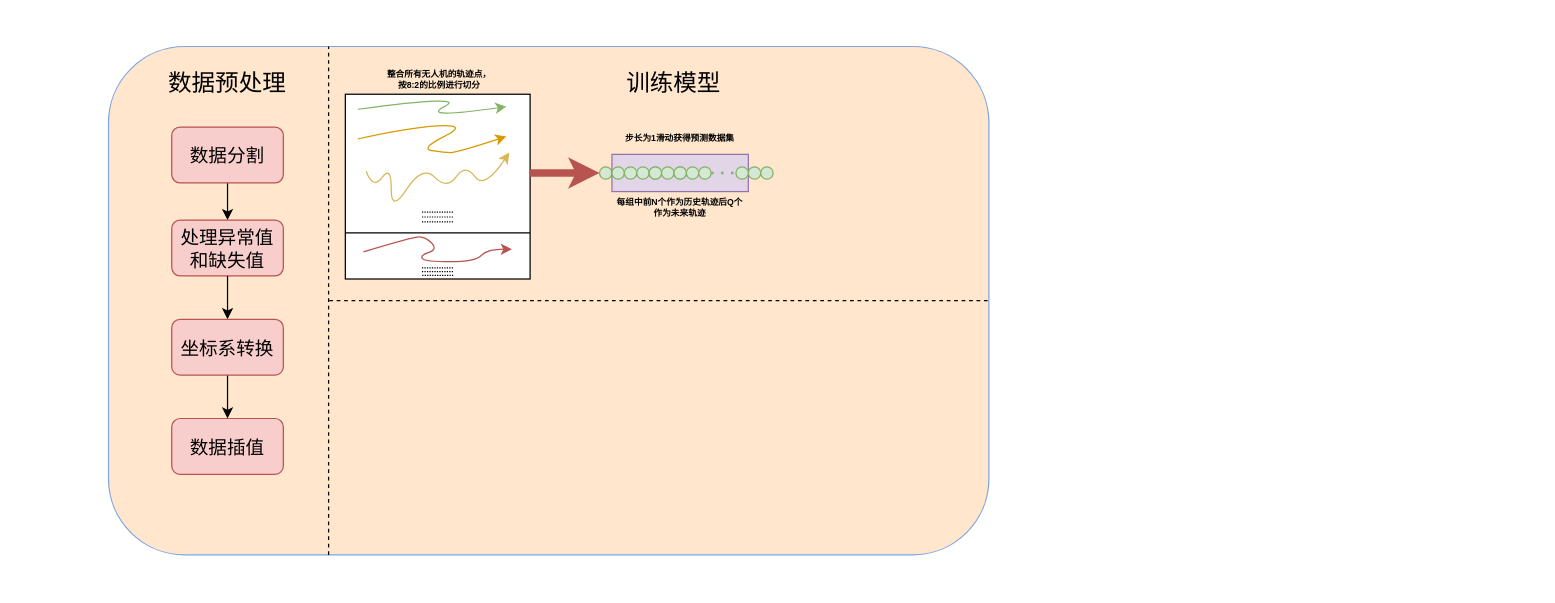
This is page "第 1 页" (1 of 2) of 无人机轨迹预测流程图.drawio from night-god-7158/diagram-, a draw.io file, before an edit. Source tidied: cells renumbered, new cells numbered last; positions are measured from the earlier drawing's top-left corner, leaving out a move shared by most shapes. Both pictures are drawn from the tidied source at 124%, with x=0, y=0 at pixel (108, 46).
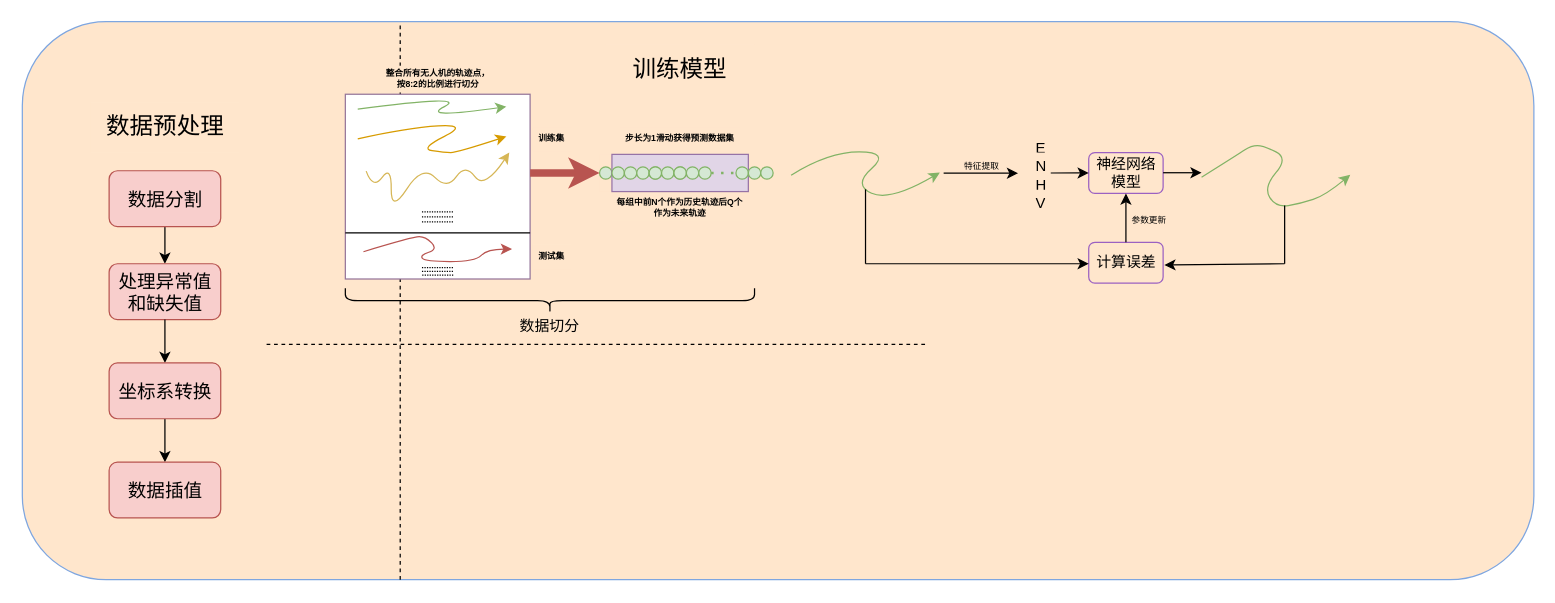
Above is the later version.

Commit message (it also covers changes not shown here):
更新无人机轨迹预测流程图.drawio

Unchanged cells that the change refers to:
```xml
<mxCell id="15" style="ellipse;whiteSpace=wrap;html=1;fillColor=#d5e8d4;strokeColor=#82b366;" parent="1" vertex="1">
  <mxGeometry x="396" y="97" width="10" height="10" as="geometry" />
</mxCell>
```

The edit, as a diff of the source:
```diff
@@
     <mxCell id="2" style="rounded=1;whiteSpace=wrap;html=1;fillColor=#ffe6cc;strokeColor=#7EA6E0;" parent="1" vertex="1">
-      <mxGeometry width="710" height="410" as="geometry" />
+      <mxGeometry x="-69.5" y="-20" width="1219" height="450" as="geometry" />
     </mxCell>
     <mxCell id="3" value="数据预处理" style="rounded=0;whiteSpace=wrap;html=1;strokeColor=none;fillColor=#ffe6cc;fontSize=19;" parent="1" vertex="1">
-      <mxGeometry x="36" y="10" width="120" height="40" as="geometry" />
+      <mxGeometry x="-14.5" y="45.2" width="120" height="40" as="geometry" />
     </mxCell>
@@
     <mxCell id="5" value="数据分割" style="rounded=1;whiteSpace=wrap;html=1;fillColor=#f8cecc;strokeColor=#b85450;fontSize=15;" parent="1" vertex="1">
-      <mxGeometry x="51" y="65" width="90" height="45" as="geometry" />
+      <mxGeometry x="0.5" y="100.2" width="90" height="45" as="geometry" />
     </mxCell>
@@
     <mxCell id="8" value="处理异常值和缺失值" style="rounded=1;whiteSpace=wrap;html=1;fillColor=#f8cecc;strokeColor=#b85450;fontSize=15;" parent="1" vertex="1">
-      <mxGeometry x="51" y="140" width="90" height="45" as="geometry" />
+      <mxGeometry x="0.5" y="175.2" width="90" height="45" as="geometry" />
     </mxCell>
     <mxCell id="9" value="数据插值" style="rounded=1;whiteSpace=wrap;html=1;fillColor=#f8cecc;strokeColor=#b85450;fontSize=15;" parent="1" vertex="1">
-      <mxGeometry x="51" y="300" width="90" height="45" as="geometry" />
+      <mxGeometry x="0.5" y="335.2" width="90" height="45" as="geometry" />
     </mxCell>
@@
     <mxCell id="11" value="坐标系转换" style="rounded=1;whiteSpace=wrap;html=1;fillColor=#f8cecc;strokeColor=#b85450;fontSize=15;" parent="1" vertex="1">
-      <mxGeometry x="51" y="220" width="90" height="45" as="geometry" />
+      <mxGeometry x="0.5" y="255.2" width="90" height="45" as="geometry" />
     </mxCell>
     <mxCell id="12" style="endArrow=none;dashed=1;html=1;rounded=0;" parent="1" edge="1">
       <mxGeometry relative="1" as="geometry">
-        <mxPoint x="178" y="205" as="sourcePoint" />
-        <mxPoint x="711" y="205" as="targetPoint" />
+        <mxPoint x="127.5" y="240.2" as="sourcePoint" />
+        <mxPoint x="660.5" y="240.2" as="targetPoint" />
       </mxGeometry>
     </mxCell>
     <mxCell id="13" value="训练模型" style="rounded=0;whiteSpace=wrap;html=1;strokeColor=none;fillColor=#ffe6cc;fontSize=19;" parent="1" vertex="1">
-      <mxGeometry x="396" y="10" width="120" height="40" as="geometry" />
+      <mxGeometry x="401" y="-1.5" width="120" height="40" as="geometry" />
     </mxCell>
@@
-    <mxCell id="33" style="whiteSpace=wrap;html=1;" parent="1" vertex="1">
+    <mxCell id="33" style="whiteSpace=wrap;html=1;strokeColor=light-dark(#957599, #EDEDED);" parent="1" vertex="1">
       <mxGeometry x="191" y="38.5" width="149" height="149" as="geometry" />
     </mxCell>
     <mxCell id="34" value="整合所有无人机的轨迹点，按8:2的比例进行切分" style="rounded=0;whiteSpace=wrap;html=1;fontSize=7;fillColor=#ffe6cc;strokeColor=none;fontStyle=1;" parent="1" vertex="1">
-      <mxGeometry x="223" y="16.5" width="88" height="20" as="geometry" />
+      <mxGeometry x="221.5" y="15.5" width="88" height="20" as="geometry" />
     </mxCell>
     <mxCell id="35" style="curved=1;endArrow=classic;html=1;rounded=0;exitX=0.001;exitY=0.148;exitDx=0;exitDy=0;exitPerimeter=0;fillColor=#d5e8d4;strokeColor=#82b366;" parent="1" edge="1">
       <mxGeometry relative="1" as="geometry">
-        <mxPoint x="201" y="50.6" as="sourcePoint" />
+        <mxPoint x="201" y="50.5" as="sourcePoint" />
         <mxPoint x="320.9" y="48.5" as="targetPoint" />
         <Array as="points">
           <mxPoint x="290.9" y="38.5" />
           <mxPoint x="250.9" y="58.5" />
         </Array>
       </mxGeometry>
     </mxCell>
     <mxCell id="36" style="curved=1;endArrow=classic;html=1;rounded=0;exitX=0.001;exitY=0.148;exitDx=0;exitDy=0;exitPerimeter=0;fillColor=#ffe6cc;strokeColor=#d79b00;" parent="1" edge="1">
       <mxGeometry relative="1" as="geometry">
-        <mxPoint x="201" y="74.6" as="sourcePoint" />
+        <mxPoint x="201" y="74.5" as="sourcePoint" />
         <mxPoint x="320.9" y="72.5" as="targetPoint" />
         <Array as="points">
           <mxPoint x="241" y="65.5" />
           <mxPoint x="290.9" y="62.5" />
           <mxPoint x="250.9" y="82.5" />
           <mxPoint x="271" y="85.5" />
           <mxPoint x="281" y="85.5" />
         </Array>
       </mxGeometry>
     </mxCell>
     <mxCell id="37" style="curved=1;endArrow=classic;html=1;rounded=0;exitX=0.001;exitY=0.148;exitDx=0;exitDy=0;exitPerimeter=0;fillColor=#fff2cc;strokeColor=#d6b656;" parent="1" edge="1">
       <mxGeometry relative="1" as="geometry">
-        <mxPoint x="207.8" y="100.6" as="sourcePoint" />
+        <mxPoint x="207.8" y="100.5" as="sourcePoint" />
         <mxPoint x="323.2" y="85.5" as="targetPoint" />
         <Array as="points">
           <mxPoint x="213.2" y="115.5" />
           <mxPoint x="228.2" y="95.5" />
-          <mxPoint x="227.8" y="134.5" />
+          <mxPoint x="227.8" y="134.4" />
           <mxPoint x="253.2" y="95.5" />
           <mxPoint x="273.2" y="115.5" />
           <mxPoint x="287.8" y="94.5" />
           <mxPoint x="303.2" y="115.5" />
           <mxPoint x="323.2" y="85.5" />
         </Array>
       </mxGeometry>
     </mxCell>
@@
     <mxCell id="39" style="endArrow=none;dashed=1;html=1;rounded=0;dashPattern=1 1;" parent="1" edge="1">
       <mxGeometry relative="1" as="geometry">
-        <mxPoint x="252.8" y="133.5" as="sourcePoint" />
-        <mxPoint x="278.2" y="133.5" as="targetPoint" />
+        <mxPoint x="252.8" y="133.4" as="sourcePoint" />
+        <mxPoint x="278.2" y="133.4" as="targetPoint" />
       </mxGeometry>
     </mxCell>
     <mxCell id="40" style="endArrow=none;dashed=1;html=1;rounded=0;dashPattern=1 1;" parent="1" edge="1">
       <mxGeometry relative="1" as="geometry">
-        <mxPoint x="252.8" y="141.5" as="sourcePoint" />
-        <mxPoint x="278.2" y="141.5" as="targetPoint" />
+        <mxPoint x="252.8" y="141.4" as="sourcePoint" />
+        <mxPoint x="278.2" y="141.4" as="targetPoint" />
       </mxGeometry>
     </mxCell>
     <mxCell id="41" style="endArrow=none;dashed=1;html=1;rounded=0;dashPattern=1 1;" parent="1" edge="1">
       <mxGeometry relative="1" as="geometry">
-        <mxPoint x="252.8" y="137.5" as="sourcePoint" />
-        <mxPoint x="278.2" y="137.5" as="targetPoint" />
+        <mxPoint x="252.8" y="137.4" as="sourcePoint" />
+        <mxPoint x="278.2" y="137.4" as="targetPoint" />
       </mxGeometry>
     </mxCell>
     <mxCell id="42" style="curved=1;endArrow=classic;html=1;rounded=0;exitX=0.001;exitY=0.148;exitDx=0;exitDy=0;exitPerimeter=0;fillColor=#f8cecc;strokeColor=#b85450;" parent="1" edge="1">
       <mxGeometry relative="1" as="geometry">
-        <mxPoint x="205.6" y="165.6" as="sourcePoint" />
-        <mxPoint x="325.4" y="163.5" as="targetPoint" />
+        <mxPoint x="205.6" y="165.5" as="sourcePoint" />
+        <mxPoint x="325.4" y="163.4" as="targetPoint" />
         <Array as="points">
-          <mxPoint x="245.6" y="153.5" />
-          <mxPoint x="255.6" y="153.5" />
-          <mxPoint x="265.6" y="163.5" />
-          <mxPoint x="251" y="168.5" />
-          <mxPoint x="255.4" y="173.5" />
-          <mxPoint x="295.6" y="173.5" />
-          <mxPoint x="305.6" y="163.5" />
+          <mxPoint x="245.6" y="153.4" />
+          <mxPoint x="255.6" y="153.4" />
+          <mxPoint x="265.6" y="163.4" />
+          <mxPoint x="251" y="168.4" />
+          <mxPoint x="255.4" y="173.4" />
+          <mxPoint x="295.6" y="173.4" />
+          <mxPoint x="305.6" y="163.4" />
         </Array>
       </mxGeometry>
     </mxCell>
     <mxCell id="43" style="endArrow=none;dashed=1;html=1;rounded=0;dashPattern=1 1;" parent="1" edge="1">
       <mxGeometry relative="1" as="geometry">
-        <mxPoint x="252.8" y="178.5" as="sourcePoint" />
-        <mxPoint x="278.2" y="178.5" as="targetPoint" />
+        <mxPoint x="252.8" y="178.4" as="sourcePoint" />
+        <mxPoint x="278.2" y="178.4" as="targetPoint" />
       </mxGeometry>
     </mxCell>
     <mxCell id="44" style="endArrow=none;dashed=1;html=1;rounded=0;dashPattern=1 1;" parent="1" edge="1">
       <mxGeometry relative="1" as="geometry">
-        <mxPoint x="252.8" y="181.5" as="sourcePoint" />
-        <mxPoint x="278.2" y="181.5" as="targetPoint" />
+        <mxPoint x="252.8" y="181.4" as="sourcePoint" />
+        <mxPoint x="278.2" y="181.4" as="targetPoint" />
       </mxGeometry>
     </mxCell>
     <mxCell id="45" style="endArrow=none;dashed=1;html=1;rounded=0;dashPattern=1 1;" parent="1" edge="1">
       <mxGeometry relative="1" as="geometry">
-        <mxPoint x="253" y="184.5" as="sourcePoint" />
-        <mxPoint x="278.5" y="184.5" as="targetPoint" />
+        <mxPoint x="253" y="184.4" as="sourcePoint" />
+        <mxPoint x="278.5" y="184.4" as="targetPoint" />
       </mxGeometry>
     </mxCell>
-    <mxCell id="46" style="endArrow=classic;html=1;rounded=0;strokeWidth=6;entryX=0;entryY=0.5;entryDx=0;entryDy=0;curved=0;fillColor=#f8cecc;strokeColor=#b85450;" parent="1" edge="1" target="15">
+    <mxCell id="46" style="endArrow=classic;html=1;rounded=0;strokeWidth=6;entryX=0;entryY=0.5;entryDx=0;entryDy=0;curved=0;fillColor=#f8cecc;strokeColor=#b85450;" parent="1" edge="1">
       <mxGeometry relative="1" as="geometry">
         <mxPoint x="340" y="102" as="sourcePoint" />
+        <mxPoint x="396" y="102" as="targetPoint" />
       </mxGeometry>
     </mxCell>
+    <mxCell id="47" value="训练集" style="rounded=0;whiteSpace=wrap;html=1;fontSize=7;fillColor=#ffe6cc;strokeColor=none;fontStyle=1;" parent="1" vertex="1">
+      <mxGeometry x="342" y="65" width="31" height="20" as="geometry" />
+    </mxCell>
+    <mxCell id="48" value="测试集" style="rounded=0;whiteSpace=wrap;html=1;fontSize=7;fillColor=#ffe6cc;strokeColor=none;fontStyle=1;" parent="1" vertex="1">
+      <mxGeometry x="342" y="159.9" width="31" height="20" as="geometry" />
+    </mxCell>
+    <mxCell id="49" style="shape=table;startSize=0;childLayout=tableLayout;fontSize=11;fillColor=none;strokeColor=none;" parent="1" vertex="1">
+      <mxGeometry x="740.5" y="72" width="60" height="60" as="geometry" />
+    </mxCell>
+    <mxCell id="50" style="shape=tableRow;horizontal=0;startSize=0;swimlaneHead=0;swimlaneBody=0;strokeColor=inherit;top=0;left=0;bottom=0;right=0;fillColor=none;fontSize=16;" parent="49" vertex="1">
+      <mxGeometry width="60" height="15" as="geometry" />
+    </mxCell>
+    <mxCell id="51" value="E" style="shape=partialRectangle;html=1;whiteSpace=wrap;strokeColor=inherit;overflow=hidden;fillColor=none;top=0;left=0;bottom=0;right=0;fontSize=12;align=left;spacingLeft=5;" parent="50" vertex="1">
+      <mxGeometry width="60" height="15" as="geometry" />
+    </mxCell>
+    <mxCell id="52" style="shape=tableRow;horizontal=0;startSize=0;swimlaneHead=0;swimlaneBody=0;strokeColor=inherit;top=0;left=0;bottom=0;right=0;fillColor=none;fontSize=16;" parent="49" vertex="1">
+      <mxGeometry y="15" width="60" height="15" as="geometry" />
+    </mxCell>
+    <mxCell id="53" value="N" style="shape=partialRectangle;html=1;whiteSpace=wrap;strokeColor=inherit;overflow=hidden;fillColor=none;top=0;left=0;bottom=0;right=0;fontSize=12;align=left;spacingLeft=5;" parent="52" vertex="1">
+      <mxGeometry width="60" height="15" as="geometry" />
+    </mxCell>
+    <mxCell id="54" style="shape=tableRow;horizontal=0;startSize=0;swimlaneHead=0;swimlaneBody=0;strokeColor=inherit;top=0;left=0;bottom=0;right=0;fillColor=none;points=[[0,0.5],[1,0.5]];portConstraint=eastwest;fontSize=16;" parent="49" vertex="1">
+      <mxGeometry y="30" width="60" height="15" as="geometry" />
+    </mxCell>
+    <mxCell id="55" value="H" style="shape=partialRectangle;html=1;whiteSpace=wrap;strokeColor=inherit;overflow=hidden;fillColor=none;top=0;left=0;bottom=0;right=0;fontSize=12;align=left;spacingLeft=5;" parent="54" vertex="1">
+      <mxGeometry width="60" height="15" as="geometry" />
+    </mxCell>
+    <mxCell id="56" style="shape=tableRow;horizontal=0;startSize=0;swimlaneHead=0;swimlaneBody=0;strokeColor=inherit;top=0;left=0;bottom=0;right=0;fillColor=none;fontSize=16;" parent="49" vertex="1">
+      <mxGeometry y="45" width="60" height="15" as="geometry" />
+    </mxCell>
+    <mxCell id="57" value="V" style="shape=partialRectangle;html=1;whiteSpace=wrap;strokeColor=inherit;overflow=hidden;fillColor=none;top=0;left=0;bottom=0;right=0;fontSize=12;align=left;spacingLeft=5;" parent="56" vertex="1">
+      <mxGeometry width="60" height="15" as="geometry" />
+    </mxCell>
+    <mxCell id="58" style="shape=curlyBracket;whiteSpace=wrap;html=1;rounded=1;labelPosition=left;verticalLabelPosition=middle;align=right;verticalAlign=middle;direction=north;" parent="1" vertex="1">
+      <mxGeometry x="191" y="194.9" width="330" height="20" as="geometry" />
+    </mxCell>
+    <mxCell id="59" value="数据切分" style="rounded=0;whiteSpace=wrap;html=1;strokeColor=none;fillColor=#ffe6cc;fontSize=12;" parent="1" vertex="1">
+      <mxGeometry x="316" y="225.2" width="80" as="geometry" />
+    </mxCell>
+    <mxCell id="60" style="curved=1;endArrow=classic;html=1;rounded=0;exitX=0.001;exitY=0.148;exitDx=0;exitDy=0;exitPerimeter=0;fillColor=#d5e8d4;strokeColor=#82b366;" parent="1" edge="1">
+      <mxGeometry relative="1" as="geometry">
+        <mxPoint x="550.5" y="103.8" as="sourcePoint" />
+        <mxPoint x="670.4" y="101.7" as="targetPoint" />
+        <Array as="points">
+          <mxPoint x="580.5" y="85" />
+          <mxPoint x="630.5" y="85" />
+          <mxPoint x="600.4" y="111.7" />
+          <mxPoint x="630.5" y="125" />
+        </Array>
+      </mxGeometry>
+    </mxCell>
+    <mxCell id="61" style="endArrow=classic;html=1;rounded=0;" parent="1" edge="1">
+      <mxGeometry relative="1" as="geometry">
+        <mxPoint x="673.5" y="102.2" as="sourcePoint" />
+        <mxPoint x="733.5" y="102.2" as="targetPoint" />
+      </mxGeometry>
+    </mxCell>
+    <mxCell id="62" value="特征提取" style="edgeLabel;html=1;align=center;verticalAlign=middle;fontSize=7;labelBackgroundColor=none;" parent="61" vertex="1">
+      <mxGeometry relative="1" as="geometry">
+        <mxPoint y="-6" as="offset" />
+      </mxGeometry>
+    </mxCell>
+    <mxCell id="63" value="神经网络模型" style="rounded=1;whiteSpace=wrap;html=1;fillColor=#ffe6cc;strokeColor=light-dark(#9b61c2, #996500);" parent="1" vertex="1">
+      <mxGeometry x="790.5" y="85.5" width="60" height="33" as="geometry" />
+    </mxCell>
+    <mxCell id="64" style="endArrow=classic;html=1;rounded=0;entryX=0;entryY=0.5;entryDx=0;entryDy=0;exitX=0.323;exitY=0.001;exitDx=0;exitDy=0;exitPerimeter=0;" parent="1" edge="1" source="54" target="63">
+      <mxGeometry relative="1" as="geometry" />
+    </mxCell>
+    <mxCell id="65" style="curved=1;endArrow=classic;html=1;rounded=0;exitX=0.001;exitY=0.148;exitDx=0;exitDy=0;exitPerimeter=0;fillColor=#d5e8d4;strokeColor=#82b366;" parent="1" edge="1">
+      <mxGeometry relative="1" as="geometry">
+        <mxPoint x="881.5" y="105.5" as="sourcePoint" />
+        <mxPoint x="1001.4" y="103.5" as="targetPoint" />
+        <Array as="points">
+          <mxPoint x="911.5" y="86.7" />
+          <mxPoint x="921.5" y="80" />
+          <mxPoint x="931.5" y="80" />
+          <mxPoint x="951.5" y="90" />
+          <mxPoint x="931.4" y="113.5" />
+          <mxPoint x="941.5" y="129.9" />
+          <mxPoint x="961.5" y="126.7" />
+          <mxPoint x="981.5" y="120" />
+        </Array>
+      </mxGeometry>
+    </mxCell>
+    <mxCell id="66" style="endArrow=classic;html=1;rounded=0;entryX=0;entryY=0.5;entryDx=0;entryDy=0;exitX=0.323;exitY=0.001;exitDx=0;exitDy=0;exitPerimeter=0;" parent="1" edge="1">
+      <mxGeometry relative="1" as="geometry">
+        <mxPoint x="850.5" y="101.8" as="sourcePoint" />
+        <mxPoint x="881.5" y="101.8" as="targetPoint" />
+      </mxGeometry>
+    </mxCell>
+    <mxCell id="67" style="endArrow=none;html=1;rounded=0;edgeStyle=orthogonalEdgeStyle;" parent="1" edge="1">
+      <mxGeometry relative="1" as="geometry">
+        <mxPoint x="610.5" y="175.2" as="sourcePoint" />
+        <mxPoint x="610.5" y="115.2" as="targetPoint" />
+      </mxGeometry>
+    </mxCell>
+    <mxCell id="68" value="计算误差" style="rounded=1;whiteSpace=wrap;html=1;fillColor=#ffe6cc;strokeColor=light-dark(#9b61c2, #996500);" parent="1" vertex="1">
+      <mxGeometry x="790.5" y="157.9" width="60" height="33" as="geometry" />
+    </mxCell>
+    <mxCell id="69" style="endArrow=classic;html=1;rounded=0;" parent="1" edge="1">
+      <mxGeometry relative="1" as="geometry">
+        <mxPoint x="610.5" y="175.2" as="sourcePoint" />
+        <mxPoint x="790.5" y="175.2" as="targetPoint" />
+      </mxGeometry>
+    </mxCell>
+    <mxCell id="70" style="endArrow=none;html=1;rounded=0;edgeStyle=orthogonalEdgeStyle;" parent="1" edge="1">
+      <mxGeometry relative="1" as="geometry">
+        <mxPoint x="948.5" y="175.2" as="sourcePoint" />
+        <mxPoint x="948.5" y="128.2" as="targetPoint" />
+      </mxGeometry>
+    </mxCell>
+    <mxCell id="71" style="endArrow=classic;html=1;rounded=0;entryX=1;entryY=0.5;entryDx=0;entryDy=0;" parent="1" edge="1">
+      <mxGeometry relative="1" as="geometry">
+        <mxPoint x="948.5" y="175.2" as="sourcePoint" />
+        <mxPoint x="851.5" y="176.2" as="targetPoint" />
+      </mxGeometry>
+    </mxCell>
+    <mxCell id="72" style="endArrow=classic;html=1;rounded=0;entryX=0.5;entryY=1;entryDx=0;entryDy=0;exitX=0.5;exitY=0;exitDx=0;exitDy=0;" parent="1" edge="1" source="68" target="63">
+      <mxGeometry relative="1" as="geometry" />
+    </mxCell>
+    <mxCell id="73" value="参数更新" style="edgeLabel;html=1;align=center;verticalAlign=middle;fontSize=7;labelBackgroundColor=none;" parent="1" vertex="1">
+      <mxGeometry x="838.5" y="140.9" as="geometry" />
+    </mxCell>
```
